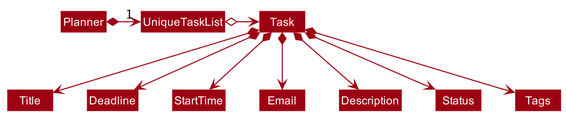
Above: docs/images/BetterModelClassDiagram.png in nus-cs2103-AY2021S2/tp (PlantUML), before the change.
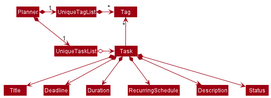
After the commit.

Commit message:
Update DG with viewing list of tags

Change to the diagram source:
```diff
@@ -5,14 +5,19 @@
 skinparam classBackgroundColor MODEL_COLOR
 
 Planner *-right-> "1" UniqueTaskList
+Planner *-right-> "1" UniqueTagList
+UniqueTagList -[hidden]down- UniqueTaskList
+UniqueTagList -[hidden]down- UniqueTaskList
+
+UniqueTagList *-right-> "*" Tag
 UniqueTaskList o-right-> Task
 
+Task -up-> "*" Tag
 
 Task *--> Title
 Task *--> Deadline
-Task *--> StartTime
-Task *--> Email
+Task *--> Duration
+Task *--> RecurringSchedule
 Task *--> Description
 Task *--> Status
-Task *--> Tags
 @enduml
```
